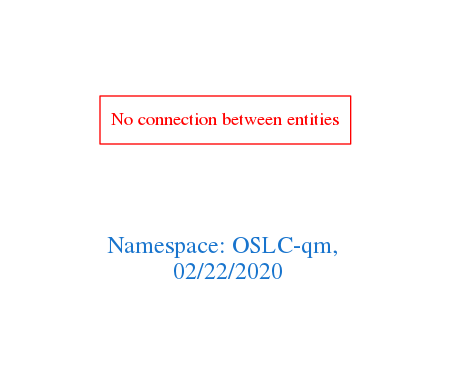
Above: downloads/OSLC-qm.png in arago/OGIT (Graphviz), before the change. Its source is kept beside it as downloads/OSLC-qm.dot.
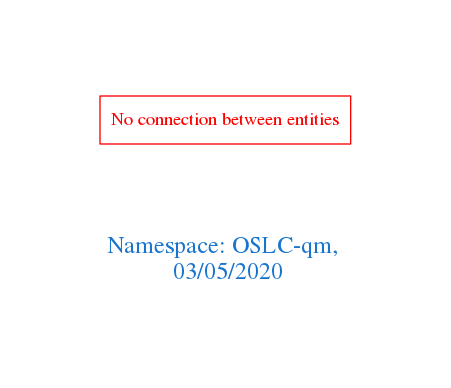
Later version of the same file.

Change to the diagram source:
```diff
@@ -1,7 +1,7 @@
 digraph OGIT_ontology {
  graph [ rankdir= LR,pad=1
 fontsize = 18,
-fontcolor= dodgerblue3,label = "\n\n\nNamespace: OSLC-qm, \n 02/22/2020"];
+fontcolor= dodgerblue3,label = "\n\n\nNamespace: OSLC-qm, \n 03/05/2020"];
 node[shape=polygon];
 edge [  color="gray81"];
 
```
